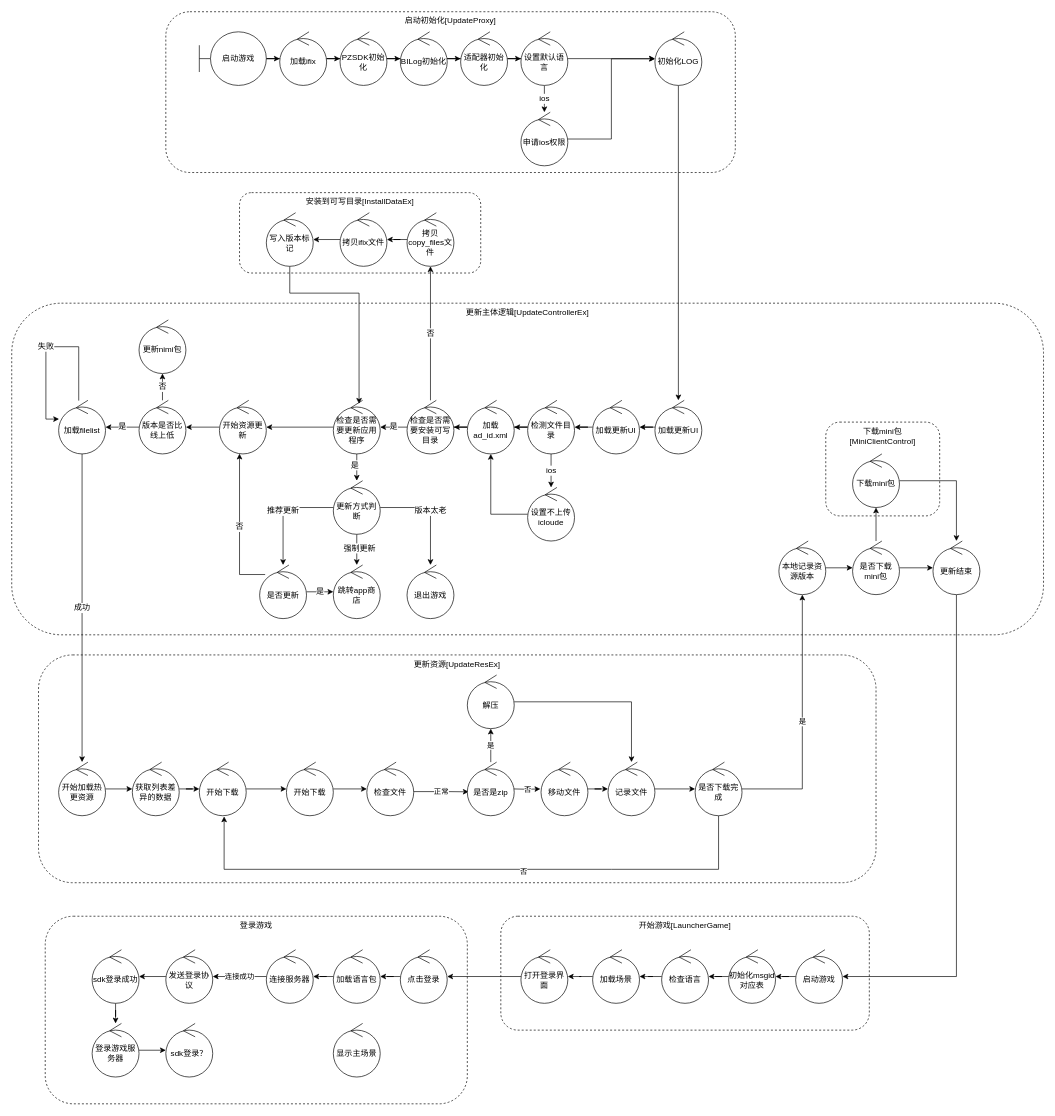
The draw.io diagram 游戏启动流程.drawio in cliang/drawio, before the edit. Source tidied: cells renumbered, new cells numbered last; positions are measured from the earlier drawing's top-left corner, leaving out a move shared by most shapes. Both pictures are drawn from the tidied source at 67%, with x=0, y=0 at pixel (11, 11).
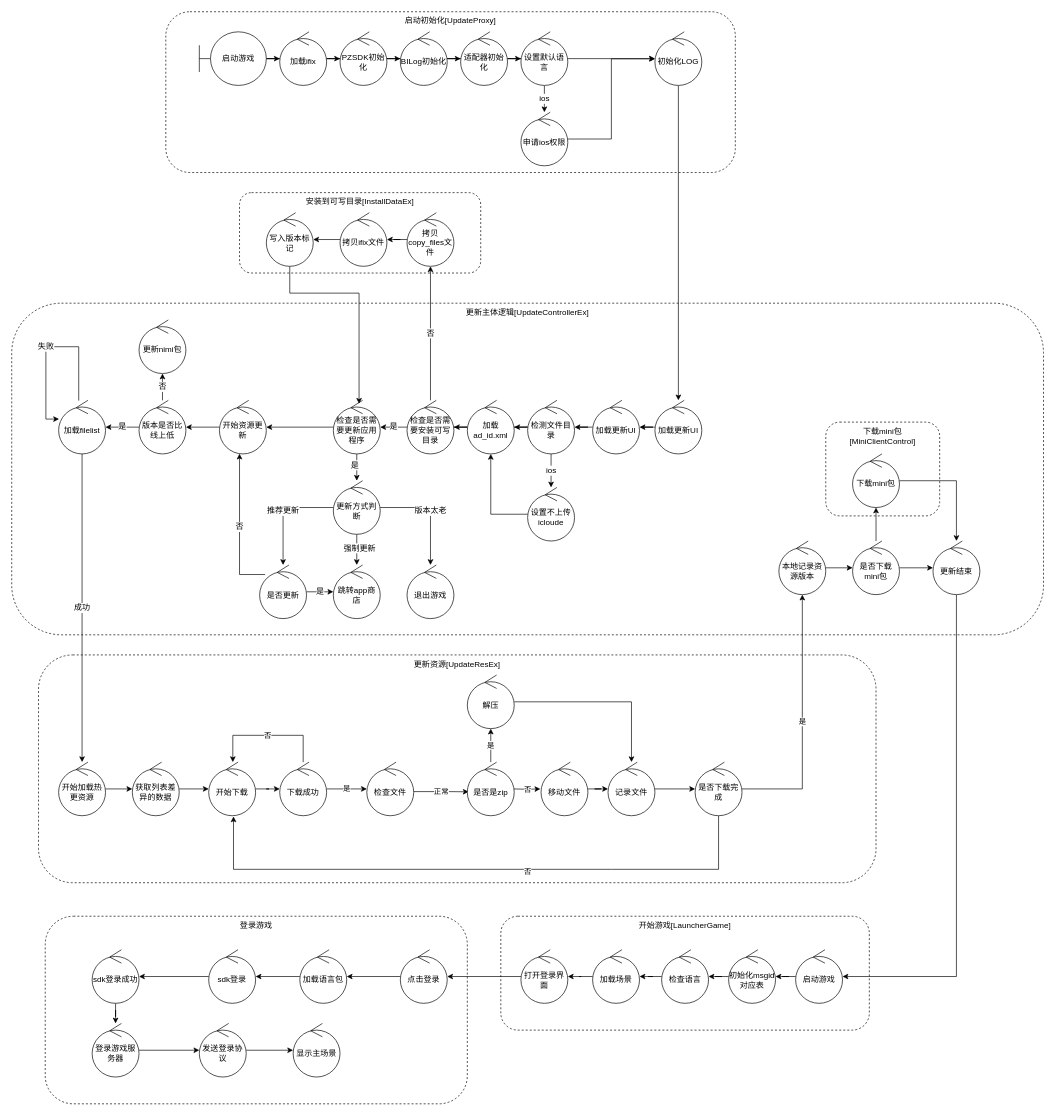
The same diagram, later.

Commit message:
更新游戏启动流程.drawio

Unchanged cells that the change refers to:
```xml
<mxCell id="83" value="检查文件" style="ellipse;shape=umlControl;whiteSpace=wrap;html=1;fontSize=12;" parent="1" vertex="1">
  <mxGeometry x="530" y="1120" width="70" height="80" as="geometry" />
</mxCell>
<mxCell id="120" value="sdk登录成功" style="ellipse;shape=umlControl;whiteSpace=wrap;html=1;" parent="1" vertex="1">
  <mxGeometry x="120" y="1400" width="70" height="80" as="geometry" />
</mxCell>
<mxCell id="122" value="登录游戏服务器" style="ellipse;shape=umlControl;whiteSpace=wrap;html=1;" parent="1" vertex="1">
  <mxGeometry x="120" y="1510" width="70" height="80" as="geometry" />
</mxCell>
```

The edit, as a diff of the source:
```diff
@@
     <mxCell id="73" value="开始下载" style="ellipse;shape=umlControl;whiteSpace=wrap;html=1;fontSize=12;" parent="1" vertex="1">
-      <mxGeometry x="280" y="1120" width="70" height="80" as="geometry" />
+      <mxGeometry x="294" y="1120" width="70" height="80" as="geometry" />
     </mxCell>
-    <mxCell id="74" style="edgeStyle=orthogonalEdgeStyle;rounded=0;jettySize=auto;html=1;" parent="1" edge="1" source="75" target="83">
+    <mxCell id="74" value="是" style="edgeStyle=orthogonalEdgeStyle;rounded=0;jettySize=auto;html=1;" parent="1" edge="1" source="75" target="83">
       <mxGeometry relative="1" as="geometry" />
     </mxCell>
+    <mxCell id="125" value="否" style="edgeStyle=orthogonalEdgeStyle;rounded=0;jettySize=auto;html=1;" parent="1" edge="1" source="75" target="73">
+      <mxGeometry relative="1" as="geometry">
+        <Array as="points">
+          <mxPoint x="435" y="1080" />
+          <mxPoint x="330" y="1080" />
+        </Array>
+      </mxGeometry>
+    </mxCell>
-    <mxCell id="75" value="开始下载" style="ellipse;shape=umlControl;whiteSpace=wrap;html=1;fontSize=12;" parent="1" vertex="1">
-      <mxGeometry x="410" y="1120" width="70" height="80" as="geometry" />
+    <mxCell id="75" value="下载成功" style="ellipse;shape=umlControl;whiteSpace=wrap;html=1;fontSize=12;" parent="1" vertex="1">
+      <mxGeometry x="400" y="1120" width="70" height="80" as="geometry" />
     </mxCell>
@@
-    <mxCell id="113" style="edgeStyle=orthogonalEdgeStyle;rounded=0;jettySize=auto;html=1;" parent="1" edge="1" source="114" target="116">
-      <mxGeometry relative="1" as="geometry" />
-    </mxCell>
+    <mxCell id="126" style="edgeStyle=orthogonalEdgeStyle;rounded=0;jettySize=auto;html=1;" parent="1" edge="1" source="114" target="123">
+      <mxGeometry relative="1" as="geometry" />
+    </mxCell>
     <mxCell id="114" value="加载语言包" style="ellipse;shape=umlControl;whiteSpace=wrap;html=1;" parent="1" vertex="1">
-      <mxGeometry x="480" y="1400" width="70" height="80" as="geometry" />
+      <mxGeometry x="430" y="1400" width="70" height="80" as="geometry" />
     </mxCell>
-    <mxCell id="115" value="连接成功" style="edgeStyle=orthogonalEdgeStyle;rounded=0;jettySize=auto;html=1;" parent="1" edge="1" source="116" target="118">
-      <mxGeometry relative="1" as="geometry" />
-    </mxCell>
-    <mxCell id="116" value="连接服务器" style="ellipse;shape=umlControl;whiteSpace=wrap;html=1;" parent="1" vertex="1">
-      <mxGeometry x="380" y="1400" width="70" height="80" as="geometry" />
-    </mxCell>
-    <mxCell id="117" style="edgeStyle=orthogonalEdgeStyle;rounded=0;jettySize=auto;html=1;" parent="1" edge="1" source="118" target="120">
-      <mxGeometry relative="1" as="geometry" />
-    </mxCell>
+    <mxCell id="127" style="edgeStyle=orthogonalEdgeStyle;rounded=0;jettySize=auto;html=1;" parent="1" edge="1" source="118" target="124">
+      <mxGeometry relative="1" as="geometry" />
+    </mxCell>
     <mxCell id="118" value="发送登录协议" style="ellipse;shape=umlControl;whiteSpace=wrap;html=1;" parent="1" vertex="1">
-      <mxGeometry x="230" y="1400" width="70" height="80" as="geometry" />
+      <mxGeometry x="280" y="1510" width="70" height="80" as="geometry" />
     </mxCell>
@@
-    <mxCell id="121" style="edgeStyle=orthogonalEdgeStyle;rounded=0;jettySize=auto;html=1;" parent="1" edge="1" source="122" target="123">
-      <mxGeometry relative="1" as="geometry" />
-    </mxCell>
+    <mxCell id="128" style="edgeStyle=orthogonalEdgeStyle;rounded=0;jettySize=auto;html=1;" parent="1" edge="1" source="122" target="118">
+      <mxGeometry relative="1" as="geometry" />
+    </mxCell>
@@
+    <mxCell id="129" style="edgeStyle=orthogonalEdgeStyle;rounded=0;jettySize=auto;html=1;" parent="1" edge="1" source="123" target="120">
+      <mxGeometry relative="1" as="geometry" />
+    </mxCell>
-    <mxCell id="123" value="sdk登录？" style="ellipse;shape=umlControl;whiteSpace=wrap;html=1;" parent="1" vertex="1">
-      <mxGeometry x="230" y="1510" width="70" height="80" as="geometry" />
+    <mxCell id="123" value="sdk登录" style="ellipse;shape=umlControl;whiteSpace=wrap;html=1;" parent="1" vertex="1">
+      <mxGeometry x="294" y="1400" width="70" height="80" as="geometry" />
     </mxCell>
     <mxCell id="124" value="显示主场景" style="ellipse;shape=umlControl;whiteSpace=wrap;html=1;" parent="1" vertex="1">
-      <mxGeometry x="480" y="1510" width="70" height="80" as="geometry" />
+      <mxGeometry x="420" y="1510" width="70" height="80" as="geometry" />
     </mxCell>
```
